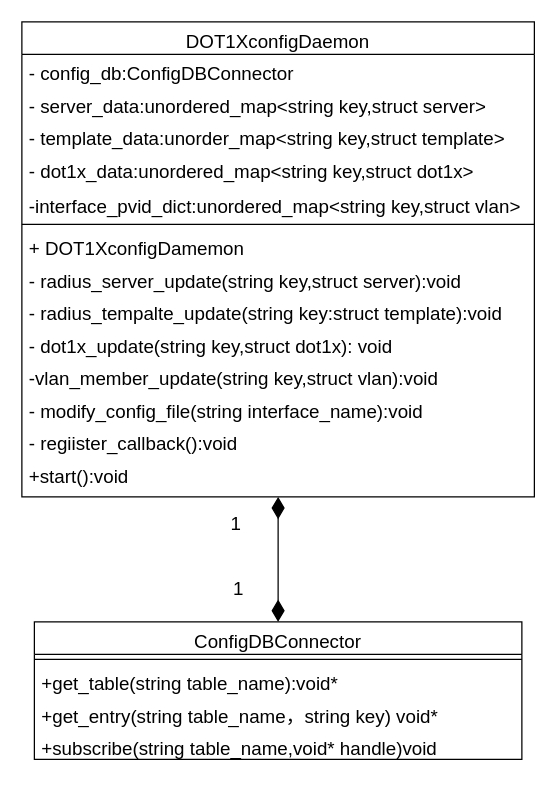
Before: dot1xcfgd.drawio in PATORITU/PATORITU, a draw.io diagram. Source tidied: cells renumbered, new cells numbered last; positions are measured from the earlier drawing's top-left corner, leaving out a move shared by most shapes. Both pictures are drawn from the tidied source at 125%, with x=0, y=0 at pixel (21, 21).
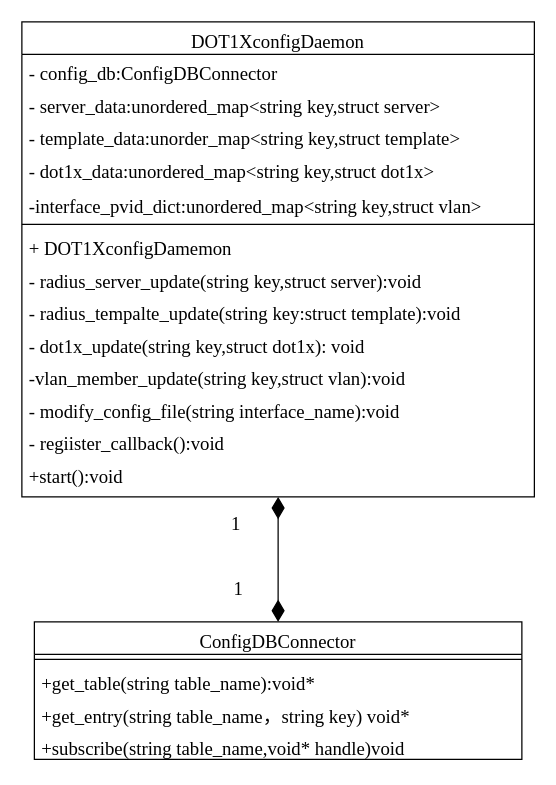
After the change.

What changed in the source:
```diff
@@
-    <mxCell id="2" value="DOT1XconfigDaemon" style="swimlane;fontStyle=0;align=center;verticalAlign=top;horizontal=1;startSize=26;rounded=0;shadow=0;strokeWidth=1;fontSize=15;" parent="1" vertex="1">
+    <mxCell id="2" value="DOT1XconfigDaemon" style="swimlane;fontStyle=0;align=center;verticalAlign=top;horizontal=1;startSize=26;rounded=0;shadow=0;strokeWidth=1;fontSize=15;fontFamily=Times New Roman;" parent="1" vertex="1">
       <mxGeometry width="410" height="380" as="geometry" />
     </mxCell>
-    <mxCell id="3" value="- config_db:ConfigDBConnector" style="text;align=left;verticalAlign=top;spacingLeft=4;spacingRight=4;overflow=hidden;fontSize=15;" parent="2" vertex="1">
+    <mxCell id="3" value="- config_db:ConfigDBConnector" style="text;align=left;verticalAlign=top;spacingLeft=4;spacingRight=4;overflow=hidden;fontSize=15;fontFamily=Times New Roman;" parent="2" vertex="1">
       <mxGeometry y="26" width="410" height="26" as="geometry" />
     </mxCell>
-    <mxCell id="4" value="- server_data:unordered_map&lt;string key,struct server&gt;" style="text;align=left;verticalAlign=top;spacingLeft=4;spacingRight=4;overflow=hidden;rounded=0;shadow=0;html=0;fontSize=15;" parent="2" vertex="1">
+    <mxCell id="4" value="- server_data:unordered_map&lt;string key,struct server&gt;" style="text;align=left;verticalAlign=top;spacingLeft=4;spacingRight=4;overflow=hidden;rounded=0;shadow=0;html=0;fontSize=15;fontFamily=Times New Roman;" parent="2" vertex="1">
       <mxGeometry y="52" width="410" height="26" as="geometry" />
     </mxCell>
-    <mxCell id="5" value="- template_data:unorder_map&lt;string key,struct template&gt;" style="text;align=left;verticalAlign=top;spacingLeft=4;spacingRight=4;overflow=hidden;rounded=0;shadow=0;html=0;fontSize=15;" parent="2" vertex="1">
+    <mxCell id="5" value="- template_data:unorder_map&lt;string key,struct template&gt;" style="text;align=left;verticalAlign=top;spacingLeft=4;spacingRight=4;overflow=hidden;rounded=0;shadow=0;html=0;fontSize=15;fontFamily=Times New Roman;" parent="2" vertex="1">
       <mxGeometry y="78" width="410" height="26" as="geometry" />
     </mxCell>
-    <mxCell id="6" value="- dot1x_data:unordered_map&lt;string key,struct dot1x&gt;" style="text;align=left;verticalAlign=top;spacingLeft=4;spacingRight=4;overflow=hidden;fontSize=15;" parent="2" vertex="1">
+    <mxCell id="6" value="- dot1x_data:unordered_map&lt;string key,struct dot1x&gt;" style="text;align=left;verticalAlign=top;spacingLeft=4;spacingRight=4;overflow=hidden;fontSize=15;fontFamily=Times New Roman;" parent="2" vertex="1">
       <mxGeometry y="104" width="410" height="28" as="geometry" />
     </mxCell>
-    <mxCell id="7" value="-interface_pvid_dict:unordered_map&lt;string key,struct vlan&gt;" style="text;align=left;verticalAlign=top;spacingLeft=4;spacingRight=4;overflow=hidden;rounded=0;shadow=0;html=0;fontSize=15;" parent="2" vertex="1">
+    <mxCell id="7" value="-interface_pvid_dict:unordered_map&lt;string key,struct vlan&gt;" style="text;align=left;verticalAlign=top;spacingLeft=4;spacingRight=4;overflow=hidden;rounded=0;shadow=0;html=0;fontSize=15;fontFamily=Times New Roman;" parent="2" vertex="1">
       <mxGeometry y="132" width="410" height="26" as="geometry" />
     </mxCell>
-    <mxCell id="8" style="line;html=1;strokeWidth=1;align=left;verticalAlign=middle;spacingTop=-1;spacingLeft=3;spacingRight=3;labelPosition=right;fontSize=15;" parent="2" vertex="1">
+    <mxCell id="8" style="line;html=1;strokeWidth=1;align=left;verticalAlign=middle;spacingTop=-1;spacingLeft=3;spacingRight=3;labelPosition=right;fontSize=15;fontFamily=Times New Roman;" parent="2" vertex="1">
       <mxGeometry y="158" width="410" height="8" as="geometry" />
     </mxCell>
-    <mxCell id="9" value="+ DOT1XconfigDamemon" style="text;align=left;verticalAlign=top;spacingLeft=4;spacingRight=4;overflow=hidden;rounded=0;shadow=0;html=0;fontSize=15;" parent="2" vertex="1">
+    <mxCell id="9" value="+ DOT1XconfigDamemon" style="text;align=left;verticalAlign=top;spacingLeft=4;spacingRight=4;overflow=hidden;rounded=0;shadow=0;html=0;fontSize=15;fontFamily=Times New Roman;" parent="2" vertex="1">
       <mxGeometry y="166" width="410" height="26" as="geometry" />
     </mxCell>
-    <mxCell id="10" value="- radius_server_update(string key,struct server):void" style="text;align=left;verticalAlign=top;spacingLeft=4;spacingRight=4;overflow=hidden;rounded=0;shadow=0;html=0;fontSize=15;" parent="2" vertex="1">
+    <mxCell id="10" value="- radius_server_update(string key,struct server):void" style="text;align=left;verticalAlign=top;spacingLeft=4;spacingRight=4;overflow=hidden;rounded=0;shadow=0;html=0;fontSize=15;fontFamily=Times New Roman;" parent="2" vertex="1">
       <mxGeometry y="192" width="410" height="26" as="geometry" />
     </mxCell>
-    <mxCell id="11" value="- radius_tempalte_update(string key:struct template):void" style="text;align=left;verticalAlign=top;spacingLeft=4;spacingRight=4;overflow=hidden;rounded=0;shadow=0;html=0;fontSize=15;" parent="2" vertex="1">
+    <mxCell id="11" value="- radius_tempalte_update(string key:struct template):void" style="text;align=left;verticalAlign=top;spacingLeft=4;spacingRight=4;overflow=hidden;rounded=0;shadow=0;html=0;fontSize=15;fontFamily=Times New Roman;" parent="2" vertex="1">
       <mxGeometry y="218" width="410" height="26" as="geometry" />
     </mxCell>
-    <mxCell id="12" value="- dot1x_update(string key,struct dot1x): void" style="text;align=left;verticalAlign=top;spacingLeft=4;spacingRight=4;overflow=hidden;rounded=0;shadow=0;html=0;fontSize=15;" parent="2" vertex="1">
+    <mxCell id="12" value="- dot1x_update(string key,struct dot1x): void" style="text;align=left;verticalAlign=top;spacingLeft=4;spacingRight=4;overflow=hidden;rounded=0;shadow=0;html=0;fontSize=15;fontFamily=Times New Roman;" parent="2" vertex="1">
       <mxGeometry y="244" width="410" height="26" as="geometry" />
     </mxCell>
-    <mxCell id="13" value="-vlan_member_update(string key,struct vlan):void" style="text;align=left;verticalAlign=top;spacingLeft=4;spacingRight=4;overflow=hidden;rounded=0;shadow=0;html=0;fontSize=15;" parent="2" vertex="1">
+    <mxCell id="13" value="-vlan_member_update(string key,struct vlan):void" style="text;align=left;verticalAlign=top;spacingLeft=4;spacingRight=4;overflow=hidden;rounded=0;shadow=0;html=0;fontSize=15;fontFamily=Times New Roman;" parent="2" vertex="1">
       <mxGeometry y="270" width="410" height="26" as="geometry" />
     </mxCell>
-    <mxCell id="14" value="- modify_config_file(string interface_name):void " style="text;align=left;verticalAlign=top;spacingLeft=4;spacingRight=4;overflow=hidden;rounded=0;shadow=0;html=0;fontSize=15;" parent="2" vertex="1">
+    <mxCell id="14" value="- modify_config_file(string interface_name):void " style="text;align=left;verticalAlign=top;spacingLeft=4;spacingRight=4;overflow=hidden;rounded=0;shadow=0;html=0;fontSize=15;fontFamily=Times New Roman;" parent="2" vertex="1">
       <mxGeometry y="296" width="410" height="26" as="geometry" />
     </mxCell>
-    <mxCell id="15" value="- regiister_callback():void" style="text;align=left;verticalAlign=top;spacingLeft=4;spacingRight=4;overflow=hidden;rounded=0;shadow=0;html=0;fontSize=15;" parent="2" vertex="1">
+    <mxCell id="15" value="- regiister_callback():void" style="text;align=left;verticalAlign=top;spacingLeft=4;spacingRight=4;overflow=hidden;rounded=0;shadow=0;html=0;fontSize=15;fontFamily=Times New Roman;" parent="2" vertex="1">
       <mxGeometry y="322" width="410" height="26" as="geometry" />
     </mxCell>
-    <mxCell id="16" value="ConfigDBConnector" style="swimlane;fontStyle=0;align=center;verticalAlign=top;horizontal=1;startSize=26;rounded=0;shadow=0;strokeWidth=1;fontSize=15;" parent="1" vertex="1">
+    <mxCell id="16" value="ConfigDBConnector" style="swimlane;fontStyle=0;align=center;verticalAlign=top;horizontal=1;startSize=26;rounded=0;shadow=0;strokeWidth=1;fontSize=15;fontFamily=Times New Roman;" parent="1" vertex="1">
       <mxGeometry x="10" y="480" width="390" height="110" as="geometry" />
     </mxCell>
-    <mxCell id="17" style="line;html=1;strokeWidth=1;align=left;verticalAlign=middle;spacingTop=-1;spacingLeft=3;spacingRight=3;labelPosition=right;fontSize=15;" parent="16" vertex="1">
+    <mxCell id="17" style="line;html=1;strokeWidth=1;align=left;verticalAlign=middle;spacingTop=-1;spacingLeft=3;spacingRight=3;labelPosition=right;fontSize=15;fontFamily=Times New Roman;" parent="16" vertex="1">
       <mxGeometry y="26" width="390" height="8" as="geometry" />
     </mxCell>
-    <mxCell id="18" value="+get_table(string table_name):void*" style="text;align=left;verticalAlign=top;spacingLeft=4;spacingRight=4;overflow=hidden;fontSize=15;" parent="16" vertex="1">
+    <mxCell id="18" value="+get_table(string table_name):void*" style="text;align=left;verticalAlign=top;spacingLeft=4;spacingRight=4;overflow=hidden;fontSize=15;fontFamily=Times New Roman;" parent="16" vertex="1">
       <mxGeometry y="34" width="390" height="26" as="geometry" />
     </mxCell>
-    <mxCell id="19" value="+get_entry(string table_name，string key) void*" style="text;align=left;verticalAlign=top;spacingLeft=4;spacingRight=4;overflow=hidden;rounded=0;shadow=0;html=0;fontSize=15;" parent="16" vertex="1">
+    <mxCell id="19" value="+get_entry(string table_name，string key) void*" style="text;align=left;verticalAlign=top;spacingLeft=4;spacingRight=4;overflow=hidden;rounded=0;shadow=0;html=0;fontSize=15;fontFamily=Times New Roman;" parent="16" vertex="1">
       <mxGeometry y="60" width="390" height="26" as="geometry" />
     </mxCell>
-    <mxCell id="20" value="+subscribe(string table_name,void* handle)void" style="text;align=left;verticalAlign=top;spacingLeft=4;spacingRight=4;overflow=hidden;rounded=0;shadow=0;html=0;fontSize=15;" parent="16" vertex="1">
+    <mxCell id="20" value="+subscribe(string table_name,void* handle)void" style="text;align=left;verticalAlign=top;spacingLeft=4;spacingRight=4;overflow=hidden;rounded=0;shadow=0;html=0;fontSize=15;fontFamily=Times New Roman;" parent="16" vertex="1">
       <mxGeometry y="86" width="390" height="24" as="geometry" />
     </mxCell>
-    <mxCell id="21" value="+start():void" style="text;align=left;verticalAlign=top;spacingLeft=4;spacingRight=4;overflow=hidden;rounded=0;shadow=0;html=0;fontSize=15;" parent="1" vertex="1">
+    <mxCell id="21" value="+start():void" style="text;align=left;verticalAlign=top;spacingLeft=4;spacingRight=4;overflow=hidden;rounded=0;shadow=0;html=0;fontSize=15;fontFamily=Times New Roman;" parent="1" vertex="1">
       <mxGeometry y="348" width="330" height="26" as="geometry" />
     </mxCell>
-    <mxCell id="22" style="endArrow=diamondThin;html=1;rounded=0;exitX=0.5;exitY=0;exitDx=0;exitDy=0;entryX=0.5;entryY=1;entryDx=0;entryDy=0;endFill=1;startArrow=diamondThin;startFill=1;endSize=15;startSize=15;fontSize=15;" parent="1" edge="1" source="16" target="2">
+    <mxCell id="22" style="endArrow=diamondThin;html=1;rounded=0;exitX=0.5;exitY=0;exitDx=0;exitDy=0;entryX=0.5;entryY=1;entryDx=0;entryDy=0;endFill=1;startArrow=diamondThin;startFill=1;endSize=15;startSize=15;fontSize=15;fontFamily=Times New Roman;" parent="1" edge="1" source="16" target="2">
       <mxGeometry relative="1" as="geometry" />
     </mxCell>
-    <mxCell id="23" value="1" style="edgeLabel;html=1;align=center;verticalAlign=middle;fontSize=15;" parent="22" vertex="1">
+    <mxCell id="23" value="1" style="edgeLabel;html=1;align=center;verticalAlign=middle;fontSize=15;fontFamily=Times New Roman;" parent="22" vertex="1">
       <mxGeometry x="0.03" y="-3" relative="1" as="geometry">
         <mxPoint x="-38" y="-28" as="offset" />
       </mxGeometry>
     </mxCell>
-    <mxCell id="24" value="1" style="edgeLabel;html=1;align=center;verticalAlign=middle;fontSize=15;" parent="1" vertex="1">
+    <mxCell id="24" value="1" style="edgeLabel;html=1;align=center;verticalAlign=middle;fontSize=15;fontFamily=Times New Roman;" parent="1" vertex="1">
       <mxGeometry x="180" y="380" as="geometry">
         <mxPoint x="-8" y="72" as="offset" />
       </mxGeometry>
     </mxCell>
```
